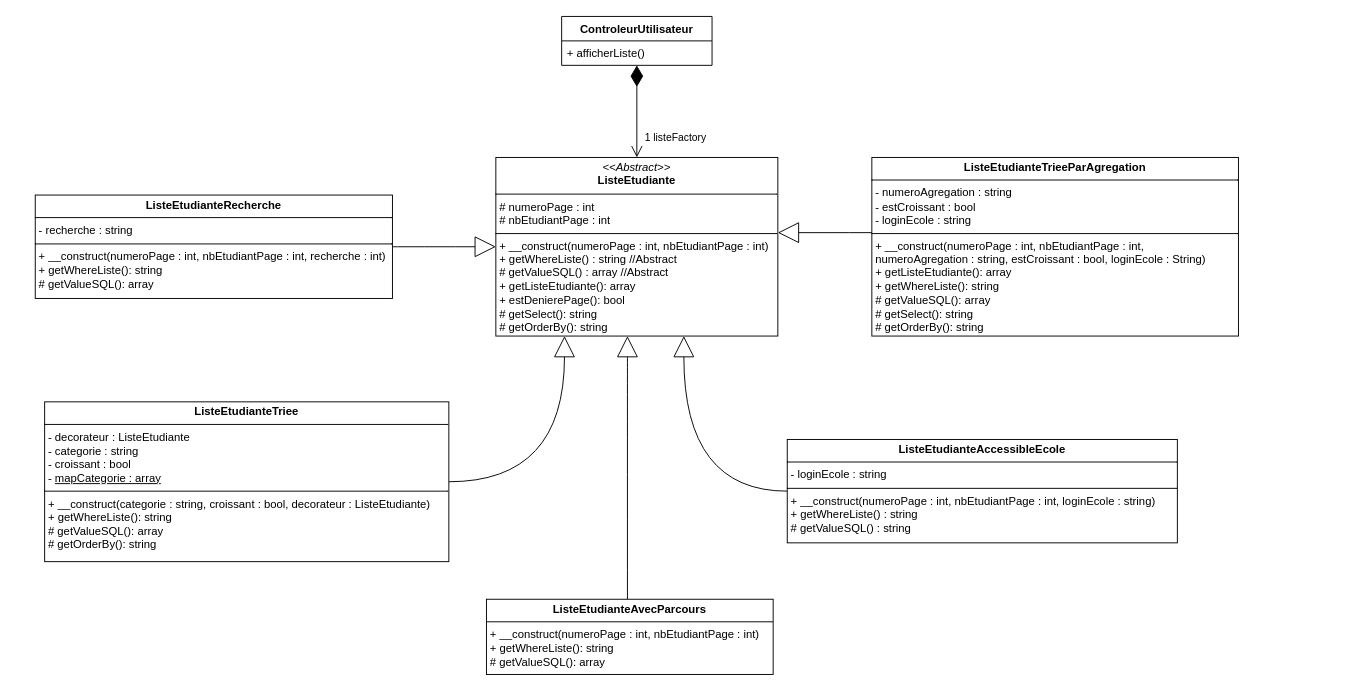
Before: diagramme fabrique abstraite.drawio in theodoredeboisseson/draw.io, a draw.io diagram. Source tidied: cells renumbered, new cells numbered last; positions are measured from the earlier drawing's top-left corner, leaving out a move shared by most shapes. Both pictures are drawn from the tidied source at 94%, with x=0, y=0 at pixel (35, 16).
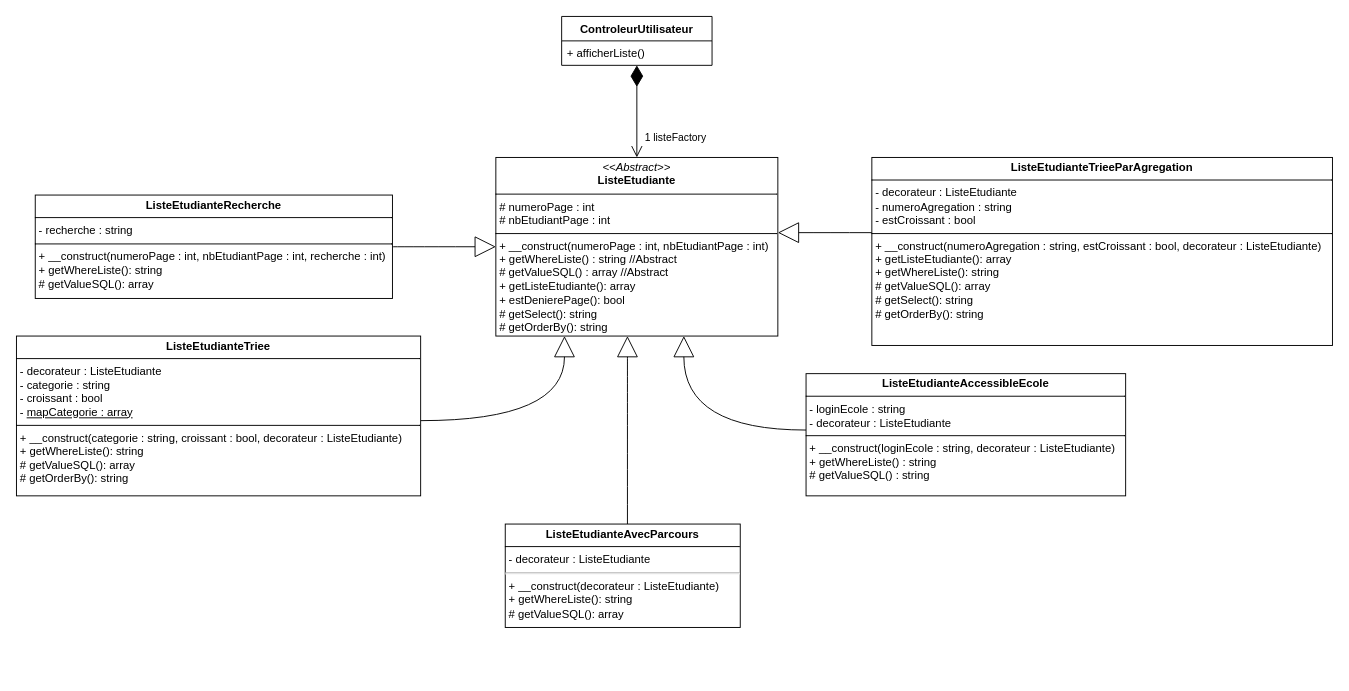
After the change.

Commit message:
Mettre à jour diagramme fabrique abstraite.drawio

The change refers to these unchanged cells:
```xml
<mxCell id="4" value="&lt;p style=&quot;margin:0px;margin-top:4px;text-align:center;&quot;&gt;&lt;i&gt;&amp;lt;&amp;lt;Abstract&amp;gt;&amp;gt;&lt;/i&gt;&lt;br&gt;&lt;b&gt;ListeEtudiante&lt;/b&gt;&lt;/p&gt;&lt;hr size=&quot;1&quot; style=&quot;border-style:solid;&quot;&gt;&lt;p style=&quot;margin:0px;margin-left:4px;&quot;&gt;# numeroPage : int&lt;/p&gt;&lt;p style=&quot;margin:0px;margin-left:4px;&quot;&gt;# nbEtudiantPage : int&lt;/p&gt;&lt;hr size=&quot;1&quot; style=&quot;border-style:solid;&quot;&gt;&lt;p style=&quot;margin:0px;margin-left:4px;&quot;&gt;+ __construct(numeroPage : int, nbEtudiantPage : int)&lt;/p&gt;&lt;p style=&quot;margin:0px;margin-left:4px;&quot;&gt;+ getWhereListe() : string //Abstract&lt;/p&gt;&lt;p style=&quot;margin:0px;margin-left:4px;&quot;&gt;# getValueSQL() : array //Abstract&lt;/p&gt;&lt;p style=&quot;margin:0px;margin-left:4px;&quot;&gt;+ getListeEtudiante(): array&lt;/p&gt;&lt;p style=&quot;margin:0px;margin-left:4px;&quot;&gt;+ estDenierePage(): bool&lt;br&gt;# getSelect(): string&lt;br&gt;# getOrderBy(): string&amp;nbsp;&lt;/p&gt;" style="verticalAlign=top;align=left;overflow=fill;html=1;whiteSpace=wrap;rounded=0;" parent="1" vertex="1">
  <mxGeometry x="490" y="150" width="300" height="190" as="geometry" />
</mxCell>
```

What changed in the source:
```diff
@@
     <mxCell id="5" style="edgeStyle=orthogonalEdgeStyle;rounded=0;jettySize=auto;html=1;endArrow=block;endFill=0;strokeWidth=1;endSize=20;curved=1;" parent="1" edge="1" source="6" target="4">
       <mxGeometry relative="1" as="geometry">
         <Array as="points">
-          <mxPoint x="690" y="505" />
+          <mxPoint x="690" y="440" />
         </Array>
       </mxGeometry>
     </mxCell>
-    <mxCell id="6" value="&lt;p style=&quot;margin:0px;margin-top:4px;text-align:center;&quot;&gt;&lt;b&gt;ListeEtudianteAccessibleEcole&lt;/b&gt;&lt;/p&gt;&lt;hr size=&quot;1&quot; style=&quot;border-style:solid;&quot;&gt;&lt;p style=&quot;margin:0px;margin-left:4px;&quot;&gt;- loginEcole : string&lt;/p&gt;&lt;hr size=&quot;1&quot; style=&quot;border-style:solid;&quot;&gt;&lt;p style=&quot;margin:0px;margin-left:4px;&quot;&gt;+ __construct(numeroPage : int, nbEtudiantPage : int, loginEcole : string)&lt;/p&gt;&lt;p style=&quot;margin:0px;margin-left:4px;&quot;&gt;+ getWhereListe() : string&lt;/p&gt;&lt;p style=&quot;margin:0px;margin-left:4px;&quot;&gt;# getValueSQL() : string&lt;/p&gt;" style="verticalAlign=top;align=left;overflow=fill;html=1;whiteSpace=wrap;rounded=0;" parent="1" vertex="1">
-      <mxGeometry x="800" y="450" width="415" height="110" as="geometry" />
+    <mxCell id="6" value="&lt;p style=&quot;margin:0px;margin-top:4px;text-align:center;&quot;&gt;&lt;b&gt;ListeEtudianteAccessibleEcole&lt;/b&gt;&lt;/p&gt;&lt;hr size=&quot;1&quot; style=&quot;border-style:solid;&quot;&gt;&lt;p style=&quot;margin:0px;margin-left:4px;&quot;&gt;- loginEcole : string&lt;/p&gt;&lt;p style=&quot;margin: 0px 0px 0px 4px;&quot;&gt;- decorateur : ListeEtudiante&lt;/p&gt;&lt;hr size=&quot;1&quot; style=&quot;border-style:solid;&quot;&gt;&lt;p style=&quot;margin:0px;margin-left:4px;&quot;&gt;+ __construct(loginEcole : string, decorateur : ListeEtudiante)&lt;/p&gt;&lt;p style=&quot;margin:0px;margin-left:4px;&quot;&gt;+ getWhereListe() : string&lt;/p&gt;&lt;p style=&quot;margin:0px;margin-left:4px;&quot;&gt;# getValueSQL() : string&lt;/p&gt;" style="verticalAlign=top;align=left;overflow=fill;html=1;whiteSpace=wrap;rounded=0;" parent="1" vertex="1">
+      <mxGeometry x="820" y="380" width="340" height="130" as="geometry" />
     </mxCell>
@@
     <mxCell id="9" style="edgeStyle=orthogonalEdgeStyle;rounded=0;jettySize=auto;html=1;endSize=20;endArrow=block;endFill=0;curved=1;" parent="1" edge="1" source="10">
       <mxGeometry relative="1" as="geometry">
         <mxPoint x="563" y="340" as="targetPoint" />
         <Array as="points">
-          <mxPoint x="563" y="495" />
+          <mxPoint x="563" y="430" />
         </Array>
       </mxGeometry>
     </mxCell>
     <mxCell id="10" value="&lt;p style=&quot;margin:0px;margin-top:4px;text-align:center;&quot;&gt;&lt;b&gt;ListeEtudianteTriee&lt;/b&gt;&lt;/p&gt;&lt;hr size=&quot;1&quot; style=&quot;border-style:solid;&quot;&gt;&lt;p style=&quot;margin:0px;margin-left:4px;&quot;&gt;- decorateur : ListeEtudiante&lt;/p&gt;&lt;p style=&quot;margin:0px;margin-left:4px;&quot;&gt;- categorie : string&lt;/p&gt;&lt;p style=&quot;margin:0px;margin-left:4px;&quot;&gt;- croissant : bool&lt;/p&gt;&lt;p style=&quot;margin:0px;margin-left:4px;&quot;&gt;- &lt;u&gt;mapCategorie : array&lt;/u&gt;&lt;/p&gt;&lt;hr size=&quot;1&quot; style=&quot;border-style:solid;&quot;&gt;&lt;p style=&quot;margin:0px;margin-left:4px;&quot;&gt;+ __construct(categorie : string, croissant : bool, decorateur : ListeEtudiante)&lt;/p&gt;&lt;p style=&quot;margin:0px;margin-left:4px;&quot;&gt;+ getWhereListe(): string&lt;/p&gt;&lt;p style=&quot;margin:0px;margin-left:4px;&quot;&gt;# getValueSQL(): array&lt;/p&gt;&lt;p style=&quot;margin:0px;margin-left:4px;&quot;&gt;# getOrderBy(): string&lt;/p&gt;" style="verticalAlign=top;align=left;overflow=fill;html=1;whiteSpace=wrap;rounded=0;" parent="1" vertex="1">
-      <mxGeometry x="10" y="410" width="430" height="170" as="geometry" />
+      <mxGeometry x="-20" y="340" width="430" height="170" as="geometry" />
     </mxCell>
@@
-    <mxCell id="12" value="&lt;p style=&quot;margin:0px;margin-top:4px;text-align:center;&quot;&gt;&lt;b&gt;ListeEtudianteTrieeParAgregation&lt;/b&gt;&lt;/p&gt;&lt;hr size=&quot;1&quot; style=&quot;border-style:solid;&quot;&gt;&lt;p style=&quot;margin:0px;margin-left:4px;&quot;&gt;- numeroAgregation : string&lt;/p&gt;&lt;p style=&quot;margin:0px;margin-left:4px;&quot;&gt;- estCroissant : bool&lt;/p&gt;&lt;p style=&quot;margin:0px;margin-left:4px;&quot;&gt;- loginEcole : string&lt;/p&gt;&lt;hr size=&quot;1&quot; style=&quot;border-style:solid;&quot;&gt;&lt;p style=&quot;margin:0px;margin-left:4px;&quot;&gt;+ __construct(numeroPage : int, nbEtudiantPage : int, numeroAgregation : string, estCroissant : bool, loginEcole : String)&lt;/p&gt;&lt;p style=&quot;margin:0px;margin-left:4px;&quot;&gt;+ getListeEtudiante(): array&lt;/p&gt;&lt;p style=&quot;margin:0px;margin-left:4px;&quot;&gt;+ getWhereListe(): string&lt;/p&gt;&lt;p style=&quot;margin:0px;margin-left:4px;&quot;&gt;# getValueSQL(): array&lt;br&gt;# getSelect(): string&lt;br&gt;# getOrderBy(): string&lt;/p&gt;" style="verticalAlign=top;align=left;overflow=fill;html=1;whiteSpace=wrap;rounded=0;" parent="1" vertex="1">
-      <mxGeometry x="890" y="150" width="390" height="190" as="geometry" />
+    <mxCell id="12" value="&lt;p style=&quot;margin:0px;margin-top:4px;text-align:center;&quot;&gt;&lt;b&gt;ListeEtudianteTrieeParAgregation&lt;/b&gt;&lt;/p&gt;&lt;hr size=&quot;1&quot; style=&quot;border-style:solid;&quot;&gt;&lt;p style=&quot;margin: 0px 0px 0px 4px;&quot;&gt;- decorateur : ListeEtudiante&lt;/p&gt;&lt;p style=&quot;margin:0px;margin-left:4px;&quot;&gt;- numeroAgregation : string&lt;/p&gt;&lt;p style=&quot;margin:0px;margin-left:4px;&quot;&gt;- estCroissant : bool&lt;/p&gt;&lt;hr size=&quot;1&quot; style=&quot;border-style:solid;&quot;&gt;&lt;p style=&quot;margin:0px;margin-left:4px;&quot;&gt;+ __construct(numeroAgregation : string, estCroissant : bool, decorateur : ListeEtudiante)&lt;/p&gt;&lt;p style=&quot;margin:0px;margin-left:4px;&quot;&gt;+ getListeEtudiante(): array&lt;/p&gt;&lt;p style=&quot;margin:0px;margin-left:4px;&quot;&gt;+ getWhereListe(): string&lt;/p&gt;&lt;p style=&quot;margin:0px;margin-left:4px;&quot;&gt;# getValueSQL(): array&lt;br&gt;# getSelect(): string&lt;br&gt;# getOrderBy(): string&lt;/p&gt;" style="verticalAlign=top;align=left;overflow=fill;html=1;whiteSpace=wrap;rounded=0;" parent="1" vertex="1">
+      <mxGeometry x="890" y="150" width="490" height="200" as="geometry" />
     </mxCell>
@@
-    <mxCell id="16" value="&lt;p style=&quot;margin:0px;margin-top:4px;text-align:center;&quot;&gt;&lt;b&gt;ListeEtudianteAvecParcours&lt;/b&gt;&lt;/p&gt;&lt;hr size=&quot;1&quot; style=&quot;border-style:solid;&quot;&gt;&lt;p style=&quot;margin:0px;margin-left:4px;&quot;&gt;+ __construct(numeroPage : int, nbEtudiantPage : int)&lt;/p&gt;&lt;p style=&quot;margin:0px;margin-left:4px;&quot;&gt;+ getWhereListe(): string&lt;/p&gt;&lt;p style=&quot;margin:0px;margin-left:4px;&quot;&gt;# getValueSQL(): array&lt;/p&gt;" style="verticalAlign=top;align=left;overflow=fill;html=1;whiteSpace=wrap;rounded=0;" parent="1" vertex="1">
-      <mxGeometry x="480" y="620" width="305" height="80" as="geometry" />
+    <mxCell id="16" value="&lt;p style=&quot;margin:0px;margin-top:4px;text-align:center;&quot;&gt;&lt;b&gt;ListeEtudianteAvecParcours&lt;/b&gt;&lt;/p&gt;&lt;hr size=&quot;1&quot; style=&quot;border-style:solid;&quot;&gt;&lt;p style=&quot;margin: 0px 0px 0px 4px;&quot;&gt;- decorateur : ListeEtudiante&lt;/p&gt;&lt;hr&gt;&lt;p style=&quot;margin:0px;margin-left:4px;&quot;&gt;+ __construct(decorateur : ListeEtudiante)&lt;/p&gt;&lt;p style=&quot;margin:0px;margin-left:4px;&quot;&gt;+ getWhereListe(): string&lt;/p&gt;&lt;p style=&quot;margin:0px;margin-left:4px;&quot;&gt;# getValueSQL(): array&lt;/p&gt;" style="verticalAlign=top;align=left;overflow=fill;html=1;whiteSpace=wrap;rounded=0;" parent="1" vertex="1">
+      <mxGeometry x="500" y="540" width="250" height="110" as="geometry" />
     </mxCell>
```
